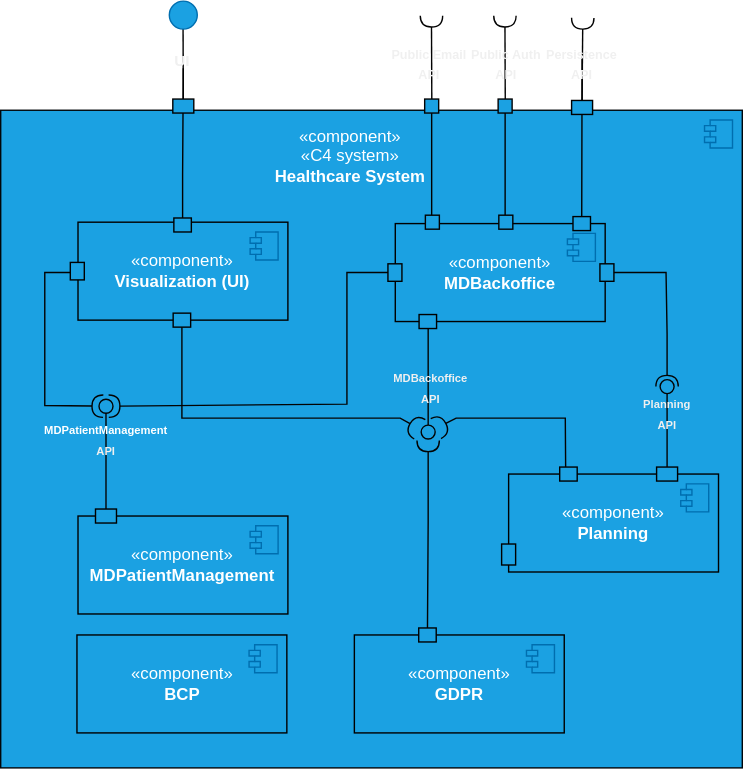
Before: docs/sprint-3/team-decisions/views/logical-view/healthcare_system_vl2.svg, a diagram exported from draw.io (rita-barbosa/LAPR5-2425). Source tidied: cells renumbered, new cells last; positions are measured from the earlier drawing's top-left corner, leaving out a move shared by most shapes.
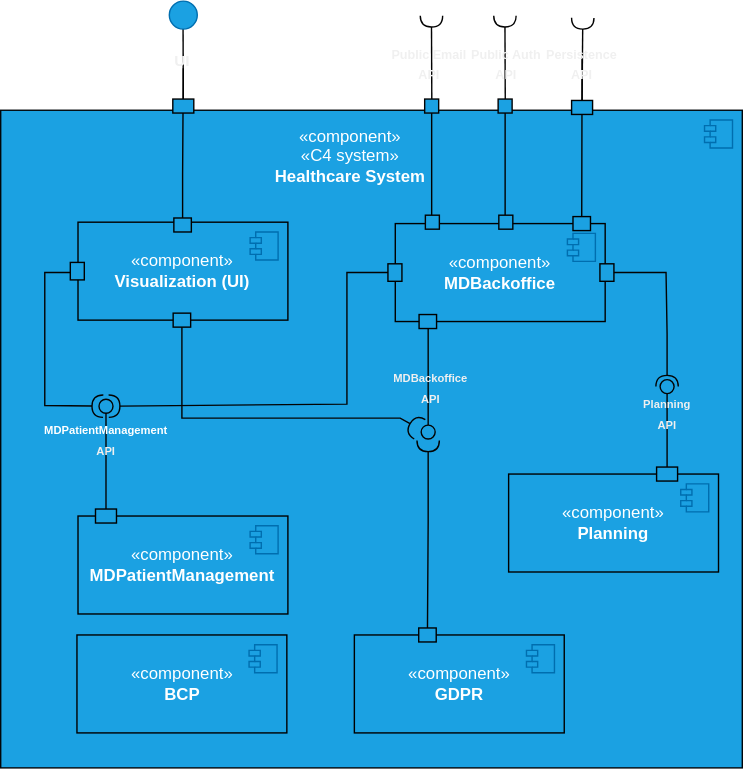
Later version of the same file.

What changed in the source:
```diff
@@ -27,12 +27,6 @@
         <mxPoint x="-27" y="7" as="offset" />
       </mxGeometry>
     </mxCell>
-    <mxCell id="8" style="rounded=0;whiteSpace=wrap;html=1;fillColor=#1ba1e2;fontColor=#ffffff;strokeColor=#000000;" parent="5" vertex="1">
-      <mxGeometry x="-5" y="60" width="10" height="15" as="geometry" />
-    </mxCell>
-    <mxCell id="9" style="rounded=0;whiteSpace=wrap;html=1;fillColor=#1ba1e2;fontColor=#ffffff;strokeColor=#000000;" parent="5" vertex="1">
-      <mxGeometry x="36.5" y="5" width="12.5" height="10" as="geometry" />
-    </mxCell>
     <mxCell id="10" style="rounded=0;whiteSpace=wrap;html=1;fillColor=#1ba1e2;fontColor=#ffffff;strokeColor=#000000;rotation=-90;" parent="5" vertex="1">
       <mxGeometry x="108.2" y="2.5" width="10" height="15" as="geometry" />
     </mxCell>
@@ -192,19 +186,6 @@
         </Array>
       </mxGeometry>
     </mxCell>
-    <mxCell id="48" style="rounded=0;orthogonalLoop=1;jettySize=auto;html=1;endArrow=halfCircle;endFill=0;endSize=6;strokeWidth=1;sketch=0;strokeColor=#030303;exitX=0.5;exitY=0;exitDx=0;exitDy=0;entryX=1;entryY=0.5;entryDx=0;entryDy=0;" parent="1" edge="1">
-      <mxGeometry relative="1" as="geometry">
-        <mxPoint x="403.8" y="333" as="sourcePoint" />
-        <mxPoint x="311" y="305.5" as="targetPoint" />
-        <Array as="points">
-          <mxPoint x="403.5" y="298" />
-          <mxPoint x="383.5" y="298" />
-          <mxPoint x="373.5" y="298" />
-          <mxPoint x="343.5" y="298" />
-          <mxPoint x="325.5" y="298" />
-        </Array>
-      </mxGeometry>
-    </mxCell>
     <mxCell id="49" style="rounded=0;jettySize=auto;html=1;endArrow=halfCircle;endFill=0;endSize=6;strokeWidth=1;sketch=0;strokeColor=#030303;exitX=0.5;exitY=0;exitDx=0;exitDy=0;" parent="1" edge="1" source="50">
       <mxGeometry relative="1" as="geometry">
         <mxPoint x="305.5" y="314" as="targetPoint" />
```
